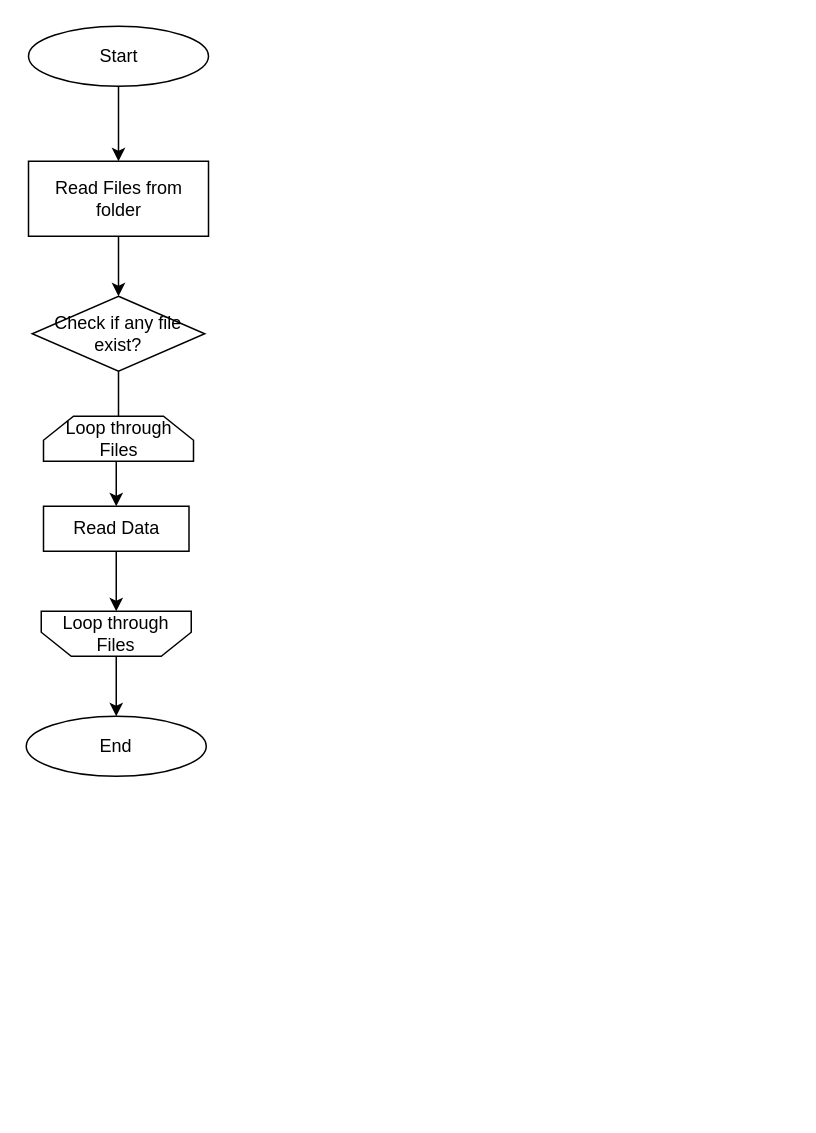
The draw.io diagram page "Read I/P Files" (2 of 2) of templates/SIP.drawio in Delicia-07/MarketingPortfolio, before the edit. Source tidied: cells renumbered, new cells numbered last; positions are measured from the earlier drawing's top-left corner, leaving out a move shared by most shapes. Both pictures are drawn from the tidied source at 150%, with x=0, y=0 at pixel (26, 26).
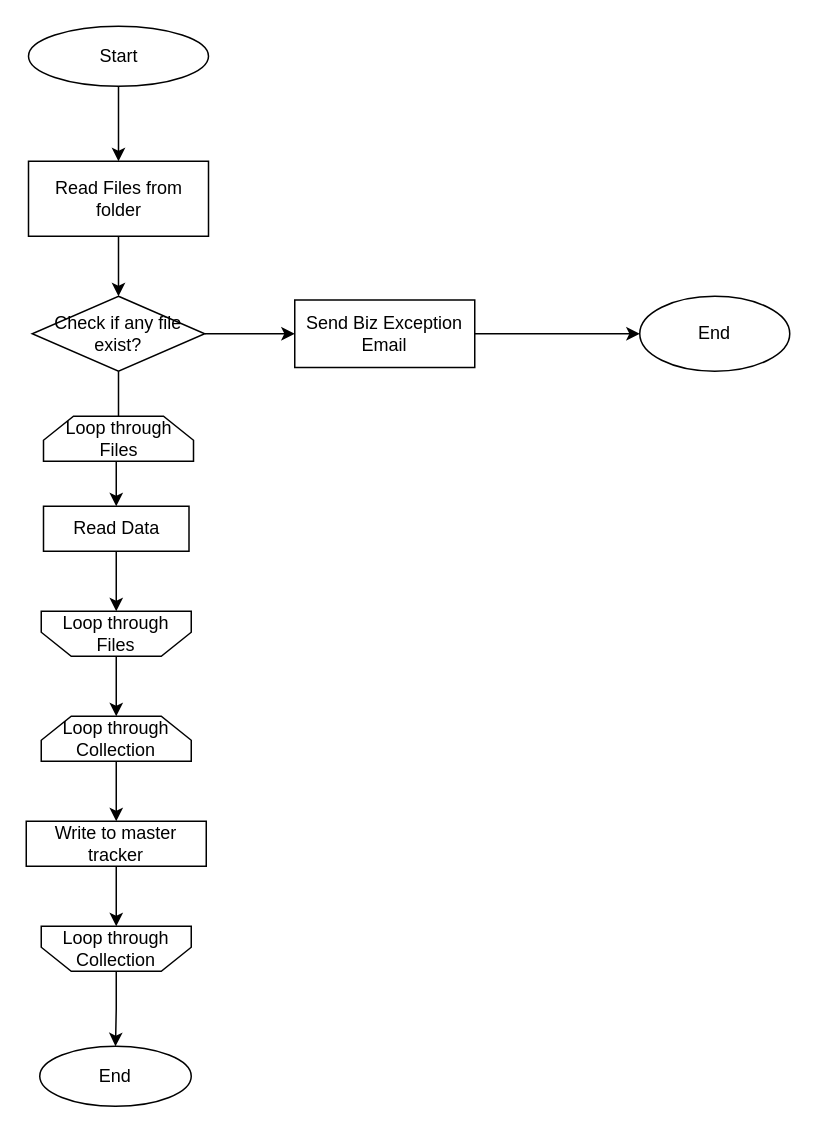
Above is the later version.

The change refers to these unchanged cells:
```xml
<mxCell id="5" value="Check if any file exist?" style="rhombus;whiteSpace=wrap;html=1;" parent="1" vertex="1">
  <mxGeometry x="4" y="180" width="115" height="50" as="geometry" />
</mxCell>
<mxCell id="7" value="Loop through Files" style="shape=loopLimit;whiteSpace=wrap;html=1;direction=west;" parent="1" vertex="1">
  <mxGeometry x="10" y="390" width="100" height="30" as="geometry" />
</mxCell>
```

Diff of the diagram source:
```diff
@@
+    <mxCell id="14" style="edgeStyle=orthogonalEdgeStyle;rounded=0;jettySize=auto;html=1;" parent="1" edge="1" source="5" target="17">
+      <mxGeometry relative="1" as="geometry" />
+    </mxCell>
@@
-    <mxCell id="6" style="edgeStyle=orthogonalEdgeStyle;rounded=0;jettySize=auto;html=1;" parent="1" edge="1" source="7" target="13">
-      <mxGeometry relative="1" as="geometry" />
-    </mxCell>
+    <mxCell id="15" style="edgeStyle=orthogonalEdgeStyle;rounded=0;jettySize=auto;html=1;" parent="1" edge="1" source="7" target="20">
+      <mxGeometry relative="1" as="geometry" />
+    </mxCell>
@@
     <mxCell id="13" value="End" style="ellipse;whiteSpace=wrap;html=1;" parent="1" vertex="1">
-      <mxGeometry y="460" width="120" height="40" as="geometry" />
+      <mxGeometry x="9" y="680" width="101" height="40" as="geometry" />
     </mxCell>
+    <mxCell id="16" style="edgeStyle=orthogonalEdgeStyle;rounded=0;jettySize=auto;html=1;" parent="1" edge="1" source="17" target="18">
+      <mxGeometry relative="1" as="geometry" />
+    </mxCell>
+    <mxCell id="17" value="Send Biz Exception Email" style="rounded=0;whiteSpace=wrap;html=1;" parent="1" vertex="1">
+      <mxGeometry x="179" y="182.5" width="120" height="45" as="geometry" />
+    </mxCell>
+    <mxCell id="18" value="End" style="ellipse;whiteSpace=wrap;html=1;" parent="1" vertex="1">
+      <mxGeometry x="409" y="180" width="100" height="50" as="geometry" />
+    </mxCell>
+    <mxCell id="19" style="edgeStyle=orthogonalEdgeStyle;rounded=0;jettySize=auto;html=1;" parent="1" edge="1" source="20" target="24">
+      <mxGeometry relative="1" as="geometry" />
+    </mxCell>
+    <mxCell id="20" value="Loop through Collection" style="shape=loopLimit;whiteSpace=wrap;html=1;direction=east;" parent="1" vertex="1">
+      <mxGeometry x="10" y="460" width="100" height="30" as="geometry" />
+    </mxCell>
+    <mxCell id="21" style="edgeStyle=orthogonalEdgeStyle;rounded=0;jettySize=auto;html=1;" parent="1" edge="1" source="22" target="13">
+      <mxGeometry relative="1" as="geometry" />
+    </mxCell>
+    <mxCell id="22" value="Loop through Collection" style="shape=loopLimit;whiteSpace=wrap;html=1;direction=west;" parent="1" vertex="1">
+      <mxGeometry x="10" y="600" width="100" height="30" as="geometry" />
+    </mxCell>
+    <mxCell id="23" style="edgeStyle=orthogonalEdgeStyle;rounded=0;jettySize=auto;html=1;" parent="1" edge="1" source="24" target="22">
+      <mxGeometry relative="1" as="geometry" />
+    </mxCell>
+    <mxCell id="24" value="Write to master tracker" style="rounded=0;whiteSpace=wrap;html=1;" parent="1" vertex="1">
+      <mxGeometry y="530" width="120" height="30" as="geometry" />
+    </mxCell>
```
